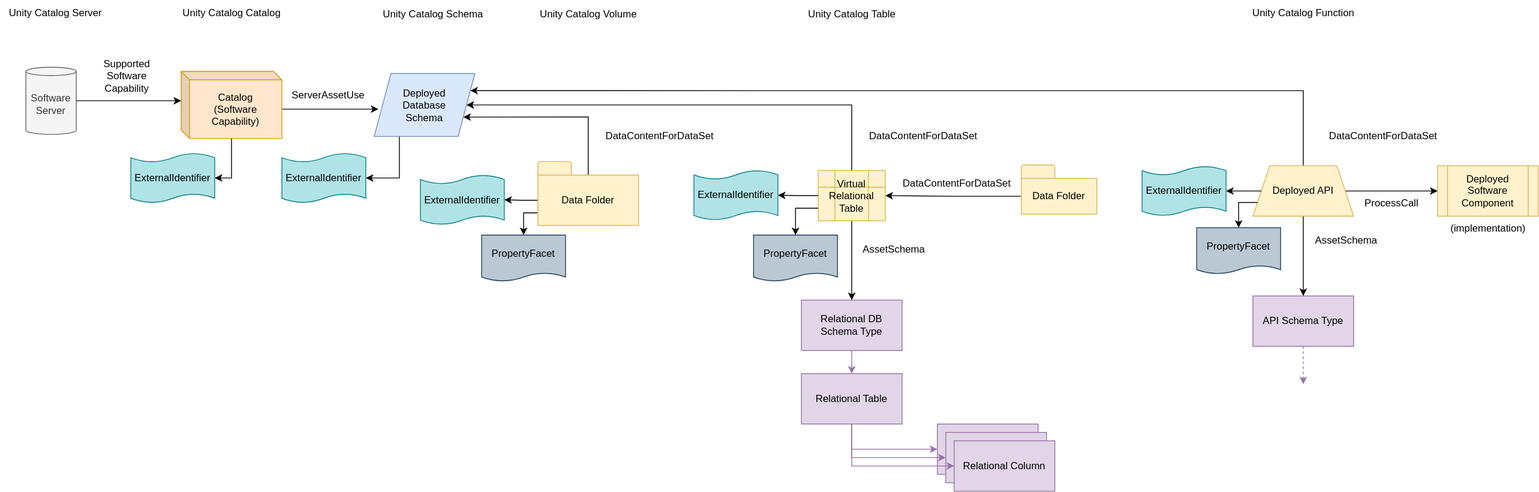
The draw.io diagram site/docs/connectors/unity-catalog/unity-catalog-type-mapping.svg in odpi/egeria-docs, before a commit. Source tidied: cells renumbered, new cells last; positions are measured from the earlier drawing's top-left corner, leaving out a move shared by most shapes.
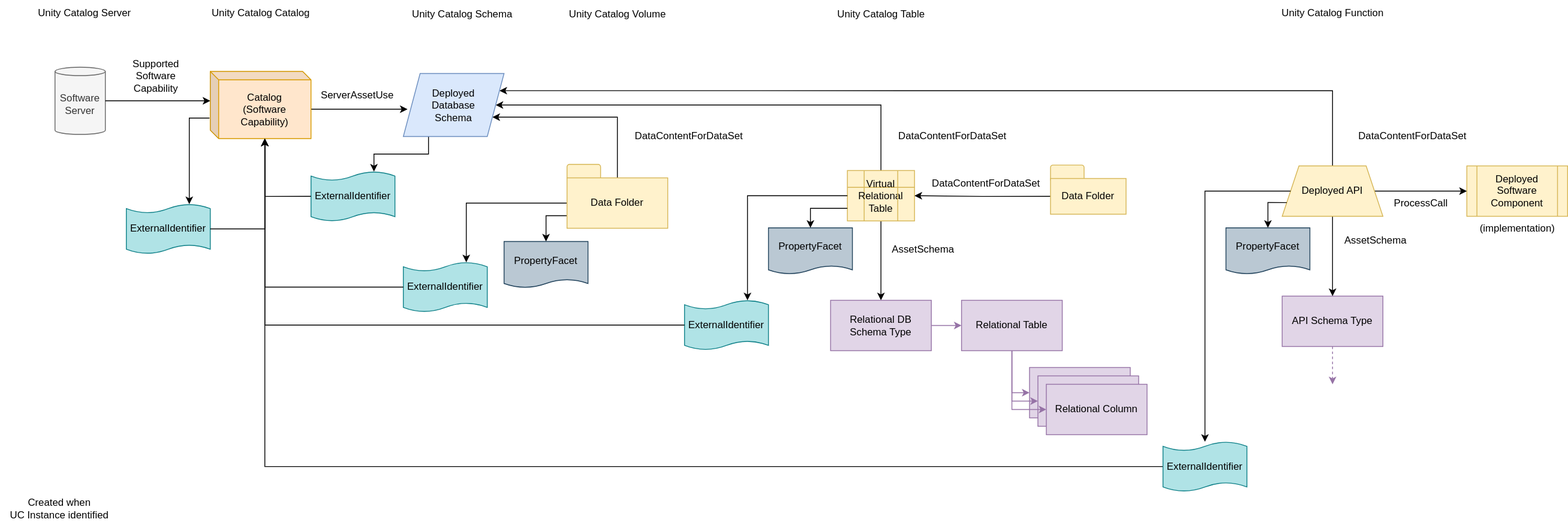
After the commit.

Commit message:
Intitial field mappings for Unity Catalog

What changed in the source:
```diff
@@ -17,7 +17,7 @@
     <mxCell id="6" style="edgeStyle=orthogonalEdgeStyle;rounded=0;jettySize=auto;html=1;exitX=0.5;exitY=1;exitDx=0;exitDy=0;" parent="1" edge="1" source="8" target="22">
       <mxGeometry relative="1" as="geometry" />
     </mxCell>
-    <mxCell id="7" style="edgeStyle=orthogonalEdgeStyle;rounded=0;jettySize=auto;html=1;exitX=0.5;exitY=0;exitDx=0;exitDy=0;entryX=1;entryY=0.5;entryDx=0;entryDy=0;" parent="1" edge="1" source="8" target="62">
+    <mxCell id="7" style="edgeStyle=orthogonalEdgeStyle;rounded=0;jettySize=auto;html=1;exitX=0.5;exitY=0;exitDx=0;exitDy=0;entryX=1;entryY=0.5;entryDx=0;entryDy=0;" parent="1" edge="1" source="8" target="64">
       <mxGeometry relative="1" as="geometry">
         <Array as="points">
           <mxPoint x="1014" y="125" />
@@ -31,15 +31,15 @@
       <mxGeometry x="445" y="2" width="140" height="30" as="geometry" />
     </mxCell>
     <mxCell id="10" style="rounded=1;whiteSpace=wrap;html=1;fillColor=#fff2cc;strokeColor=#d6b656;" parent="1" vertex="1">
-      <mxGeometry x="640" y="192" width="40" height="20" as="geometry" />
+      <mxGeometry x="640" y="195.2" width="40" height="20" as="geometry" />
     </mxCell>
-    <mxCell id="11" style="edgeStyle=orthogonalEdgeStyle;rounded=0;jettySize=auto;html=1;exitX=0;exitY=0.75;exitDx=0;exitDy=0;entryX=0.5;entryY=0;entryDx=0;entryDy=0;" parent="1" edge="1" source="14" target="46">
+    <mxCell id="11" style="edgeStyle=orthogonalEdgeStyle;rounded=0;jettySize=auto;html=1;exitX=0;exitY=0.75;exitDx=0;exitDy=0;entryX=0.5;entryY=0;entryDx=0;entryDy=0;" parent="1" edge="1" source="14" target="47">
       <mxGeometry relative="1" as="geometry" />
     </mxCell>
-    <mxCell id="12" style="edgeStyle=orthogonalEdgeStyle;rounded=0;jettySize=auto;html=1;exitX=0;exitY=0.5;exitDx=0;exitDy=0;" parent="1" edge="1" source="14" target="51">
+    <mxCell id="12" style="edgeStyle=orthogonalEdgeStyle;rounded=0;jettySize=auto;html=1;exitX=0;exitY=0.5;exitDx=0;exitDy=0;entryX=0.75;entryY=0;entryDx=0;entryDy=0;entryPerimeter=0;" parent="1" edge="1" source="14" target="52">
       <mxGeometry relative="1" as="geometry" />
     </mxCell>
-    <mxCell id="13" style="edgeStyle=orthogonalEdgeStyle;rounded=0;jettySize=auto;html=1;exitX=0.5;exitY=0;exitDx=0;exitDy=0;entryX=1;entryY=0.75;entryDx=0;entryDy=0;" parent="1" edge="1" source="14" target="62">
+    <mxCell id="13" style="edgeStyle=orthogonalEdgeStyle;rounded=0;jettySize=auto;html=1;exitX=0.5;exitY=0;exitDx=0;exitDy=0;entryX=1;entryY=0.75;entryDx=0;entryDy=0;" parent="1" edge="1" source="14" target="64">
       <mxGeometry relative="1" as="geometry">
         <Array as="points">
           <mxPoint x="700" y="139" />
@@ -47,7 +47,7 @@
       </mxGeometry>
     </mxCell>
     <mxCell id="14" value="Data Folder" style="rounded=0;whiteSpace=wrap;html=1;fillColor=#fff2cc;strokeColor=#d6b656;" parent="1" vertex="1">
-      <mxGeometry x="640" y="208" width="120" height="60" as="geometry" />
+      <mxGeometry x="640" y="211.2" width="120" height="60" as="geometry" />
     </mxCell>
     <mxCell id="15" style="edgeStyle=orthogonalEdgeStyle;rounded=0;orthogonalLoop=1;jettySize=auto;html=1;exitX=0.75;exitY=0;exitDx=0;exitDy=0;entryX=0.75;entryY=1;entryDx=0;entryDy=0;endArrow=none;endFill=0;fillColor=#fff2cc;strokeColor=#d6b656;" parent="1" edge="1" source="8" target="8">
       <mxGeometry relative="1" as="geometry">
@@ -74,7 +74,7 @@
     <mxCell id="20" value="Unity Catalog&amp;nbsp;Table" style="text;html=1;align=center;verticalAlign=middle;strokeColor=none;fillColor=none;" parent="1" vertex="1">
       <mxGeometry x="949" y="2" width="130" height="30" as="geometry" />
     </mxCell>
-    <mxCell id="21" style="edgeStyle=orthogonalEdgeStyle;rounded=0;jettySize=auto;html=1;exitX=0.5;exitY=1;exitDx=0;exitDy=0;fillColor=#e1d5e7;strokeColor=#9673a6;" parent="1" edge="1" source="22" target="24">
+    <mxCell id="21" style="edgeStyle=orthogonalEdgeStyle;rounded=0;jettySize=auto;html=1;exitX=1;exitY=0.5;exitDx=0;exitDy=0;fillColor=#e1d5e7;strokeColor=#9673a6;entryX=0;entryY=0.5;entryDx=0;entryDy=0;" parent="1" edge="1" source="22" target="24">
       <mxGeometry relative="1" as="geometry" />
     </mxCell>
     <mxCell id="22" value="Relational DB Schema Type" style="rounded=0;whiteSpace=wrap;html=1;fillColor=#e1d5e7;strokeColor=#9673a6;" parent="1" vertex="1">
@@ -84,22 +84,22 @@
       <mxGeometry relative="1" as="geometry" />
     </mxCell>
     <mxCell id="24" value="Relational Table" style="rounded=0;whiteSpace=wrap;html=1;fillColor=#e1d5e7;strokeColor=#9673a6;" parent="1" vertex="1">
-      <mxGeometry x="954" y="444.5" width="120" height="60" as="geometry" />
+      <mxGeometry x="1110" y="357" width="120" height="60" as="geometry" />
     </mxCell>
     <mxCell id="25" value="Relational Column" style="rounded=0;whiteSpace=wrap;html=1;fillColor=#e1d5e7;strokeColor=#9673a6;" parent="1" vertex="1">
-      <mxGeometry x="1116" y="504.5" width="120" height="60" as="geometry" />
+      <mxGeometry x="1191" y="437" width="120" height="60" as="geometry" />
     </mxCell>
     <mxCell id="26" style="edgeStyle=orthogonalEdgeStyle;rounded=0;jettySize=auto;html=1;exitX=0.5;exitY=1;exitDx=0;exitDy=0;entryX=0;entryY=0.5;entryDx=0;entryDy=0;fillColor=#e1d5e7;strokeColor=#9673a6;" parent="1" edge="1" source="24" target="27">
       <mxGeometry relative="1" as="geometry" />
     </mxCell>
     <mxCell id="27" value="Relational Column" style="rounded=0;whiteSpace=wrap;html=1;fillColor=#e1d5e7;strokeColor=#9673a6;" parent="1" vertex="1">
-      <mxGeometry x="1126" y="514.5" width="120" height="60" as="geometry" />
+      <mxGeometry x="1201" y="447" width="120" height="60" as="geometry" />
     </mxCell>
     <mxCell id="28" style="edgeStyle=orthogonalEdgeStyle;rounded=0;jettySize=auto;html=1;exitX=0.5;exitY=1;exitDx=0;exitDy=0;entryX=0;entryY=0.5;entryDx=0;entryDy=0;fillColor=#e1d5e7;strokeColor=#9673a6;" parent="1" edge="1" source="24" target="29">
       <mxGeometry relative="1" as="geometry" />
     </mxCell>
     <mxCell id="29" value="Relational Column" style="rounded=0;whiteSpace=wrap;html=1;fillColor=#e1d5e7;strokeColor=#9673a6;" parent="1" vertex="1">
-      <mxGeometry x="1136" y="524.5" width="120" height="60" as="geometry" />
+      <mxGeometry x="1211" y="457" width="120" height="60" as="geometry" />
     </mxCell>
     <mxCell id="30" value="Unity Catalog&amp;nbsp;Function" style="text;html=1;align=center;verticalAlign=middle;strokeColor=none;fillColor=none;" parent="1" vertex="1">
       <mxGeometry x="1482" y="-0.5" width="140" height="30" as="geometry" />
@@ -124,7 +124,7 @@
     <mxCell id="36" style="edgeStyle=orthogonalEdgeStyle;rounded=0;jettySize=auto;html=1;exitX=1;exitY=0.5;exitDx=0;exitDy=0;entryX=0;entryY=0.5;entryDx=0;entryDy=0;" parent="1" edge="1" source="38" target="5">
       <mxGeometry relative="1" as="geometry" />
     </mxCell>
-    <mxCell id="37" style="edgeStyle=orthogonalEdgeStyle;rounded=0;jettySize=auto;html=1;exitX=0.5;exitY=0;exitDx=0;exitDy=0;entryX=1;entryY=0.25;entryDx=0;entryDy=0;" parent="1" edge="1" source="38" target="62">
+    <mxCell id="37" style="edgeStyle=orthogonalEdgeStyle;rounded=0;jettySize=auto;html=1;exitX=0.5;exitY=0;exitDx=0;exitDy=0;entryX=1;entryY=0.25;entryDx=0;entryDy=0;" parent="1" edge="1" source="38" target="64">
       <mxGeometry relative="1" as="geometry">
         <Array as="points">
           <mxPoint x="1552" y="107" />
@@ -140,81 +140,99 @@
     <mxCell id="40" value="(implementation)" style="text;html=1;align=center;verticalAlign=middle;strokeColor=none;fillColor=none;" parent="1" vertex="1">
       <mxGeometry x="1717" y="257" width="110" height="30" as="geometry" />
     </mxCell>
-    <mxCell id="41" value="AssetSchema" style="text;html=1;align=center;verticalAlign=middle;strokeColor=none;fillColor=none;" parent="1" vertex="1">
-      <mxGeometry x="1553" y="270.8" width="100" height="30" as="geometry" />
+    <mxCell id="41" value="Created when&lt;div&gt;UC Instance identified&lt;/div&gt;" style="text;html=1;align=center;verticalAlign=middle;strokeColor=none;fillColor=none;" parent="1" vertex="1">
+      <mxGeometry x="-35" y="584.5" width="140" height="40" as="geometry" />
     </mxCell>
-    <mxCell id="42" value="ServerAssetUse" style="text;html=1;align=center;verticalAlign=middle;strokeColor=none;fillColor=none;" parent="1" vertex="1">
-      <mxGeometry x="335" y="97.5" width="110" height="30" as="geometry" />
+    <mxCell id="42" value="AssetSchema" style="text;html=1;align=center;verticalAlign=middle;strokeColor=none;fillColor=none;" parent="1" vertex="1">
+      <mxGeometry x="1553" y="270.8" width="100" height="30" as="geometry" />
     </mxCell>
-    <mxCell id="43" value="Supported&lt;div&gt;Software&lt;/div&gt;&lt;div&gt;Capability&lt;/div&gt;" style="text;html=1;align=center;verticalAlign=middle;strokeColor=none;fillColor=none;" parent="1" vertex="1">
-      <mxGeometry x="110" y="59.5" width="80" height="60" as="geometry" />
+    <mxCell id="43" value="ServerAssetUse" style="text;html=1;align=center;verticalAlign=middle;strokeColor=none;fillColor=none;" parent="1" vertex="1">
+      <mxGeometry x="335" y="97.5" width="110" height="30" as="geometry" />
     </mxCell>
-    <mxCell id="44" value="DataContentForDataSet" style="text;html=1;align=center;verticalAlign=middle;strokeColor=none;fillColor=none;" parent="1" vertex="1">
-      <mxGeometry x="1024" y="147" width="150" height="30" as="geometry" />
+    <mxCell id="44" value="Supported&lt;div&gt;Software&lt;/div&gt;&lt;div&gt;Capability&lt;/div&gt;" style="text;html=1;align=center;verticalAlign=middle;strokeColor=none;fillColor=none;" parent="1" vertex="1">
+      <mxGeometry x="110" y="59.5" width="80" height="60" as="geometry" />
     </mxCell>
     <mxCell id="45" value="DataContentForDataSet" style="text;html=1;align=center;verticalAlign=middle;strokeColor=none;fillColor=none;" parent="1" vertex="1">
-      <mxGeometry x="1572" y="147" width="150" height="30" as="geometry" />
+      <mxGeometry x="1024" y="147" width="150" height="30" as="geometry" />
     </mxCell>
-    <mxCell id="46" value="PropertyFacet" style="shape=document;whiteSpace=wrap;html=1;boundedLbl=1;fillColor=#bac8d3;strokeColor=#23445d;size=0.18181818181818182;" parent="1" vertex="1">
-      <mxGeometry x="573" y="279.5" width="100" height="55" as="geometry" />
+    <mxCell id="46" value="DataContentForDataSet" style="text;html=1;align=center;verticalAlign=middle;points=[];strokeColor=none;fillColor=none;" parent="1" vertex="1">
+      <mxGeometry x="1572" y="147" width="150" height="30" as="geometry" />
     </mxCell>
-    <mxCell id="47" style="edgeStyle=orthogonalEdgeStyle;rounded=0;jettySize=auto;html=1;exitX=0;exitY=0.75;exitDx=0;exitDy=0;entryX=0.5;entryY=0;entryDx=0;entryDy=0;" parent="1" edge="1" source="8" target="48">
-      <mxGeometry relative="1" as="geometry" />
+    <mxCell id="47" value="PropertyFacet" style="shape=document;whiteSpace=wrap;html=1;boundedLbl=1;fillColor=#bac8d3;strokeColor=#23445d;size=0.18181818181818182;" parent="1" vertex="1">
+      <mxGeometry x="565" y="287" width="100" height="55" as="geometry" />
     </mxCell>
-    <mxCell id="48" value="PropertyFacet" style="shape=document;whiteSpace=wrap;html=1;boundedLbl=1;fillColor=#bac8d3;strokeColor=#23445d;size=0.18181818181818182;" parent="1" vertex="1">
-      <mxGeometry x="897" y="279.5" width="100" height="55" as="geometry" />
+    <mxCell id="48" style="edgeStyle=orthogonalEdgeStyle;rounded=0;jettySize=auto;html=1;exitX=0;exitY=0.75;exitDx=0;exitDy=0;entryX=0.5;entryY=0;entryDx=0;entryDy=0;" parent="1" edge="1" source="8" target="49">
+      <mxGeometry relative="1" as="geometry" />
     </mxCell>
-    <mxCell id="49" style="edgeStyle=orthogonalEdgeStyle;rounded=0;jettySize=auto;html=1;exitX=0;exitY=0.75;exitDx=0;exitDy=0;entryX=0.5;entryY=0;entryDx=0;entryDy=0;" parent="1" edge="1" source="38" target="50">
-      <mxGeometry relative="1" as="geometry">
-        <Array as="points">
-          <mxPoint x="1475" y="241" />
-        </Array>
-      </mxGeometry>
+    <mxCell id="49" value="PropertyFacet" style="shape=document;whiteSpace=wrap;html=1;boundedLbl=1;fillColor=#bac8d3;strokeColor=#23445d;size=0.18181818181818182;" parent="1" vertex="1">
+      <mxGeometry x="880" y="270.8" width="100" height="55" as="geometry" />
     </mxCell>
-    <mxCell id="50" value="PropertyFacet" style="shape=document;whiteSpace=wrap;html=1;boundedLbl=1;fillColor=#bac8d3;strokeColor=#23445d;size=0.18181818181818182;" parent="1" vertex="1">
-      <mxGeometry x="1425" y="270.8" width="100" height="55" as="geometry" />
+    <mxCell id="50" style="edgeStyle=orthogonalEdgeStyle;rounded=0;jettySize=auto;html=1;exitX=0;exitY=0.75;exitDx=0;exitDy=0;entryX=0.5;entryY=0;entryDx=0;entryDy=0;" parent="1" edge="1" source="38" target="51">
+      <mxGeometry relative="1" as="geometry">
+        <Array as="points">
+          <mxPoint x="1475" y="241" />
+        </Array>
+      </mxGeometry>
     </mxCell>
-    <mxCell id="51" value="ExternalIdentifier" style="shape=tape;whiteSpace=wrap;html=1;size=0.18;fillColor=#b0e3e6;strokeColor=#0e8088;" parent="1" vertex="1">
-      <mxGeometry x="500" y="208" width="100" height="59" as="geometry" />
+    <mxCell id="51" value="PropertyFacet" style="shape=document;whiteSpace=wrap;html=1;boundedLbl=1;fillColor=#bac8d3;strokeColor=#23445d;size=0.18181818181818182;" parent="1" vertex="1">
+      <mxGeometry x="1425" y="270.8" width="100" height="55" as="geometry" />
     </mxCell>
-    <mxCell id="52" style="edgeStyle=orthogonalEdgeStyle;rounded=0;jettySize=auto;html=1;exitX=0;exitY=0.5;exitDx=0;exitDy=0;" parent="1" edge="1" source="8" target="53">
-      <mxGeometry relative="1" as="geometry" />
+    <mxCell id="52" value="ExternalIdentifier" style="shape=tape;whiteSpace=wrap;html=1;size=0.18;fillColor=#b0e3e6;strokeColor=#0e8088;" parent="1" vertex="1">
+      <mxGeometry x="445" y="311.8" width="100" height="59" as="geometry" />
     </mxCell>
-    <mxCell id="53" value="ExternalIdentifier" style="shape=tape;whiteSpace=wrap;html=1;size=0.18;fillColor=#b0e3e6;strokeColor=#0e8088;" parent="1" vertex="1">
-      <mxGeometry x="826" y="202.5" width="100" height="59" as="geometry" />
+    <mxCell id="53" style="edgeStyle=orthogonalEdgeStyle;rounded=0;jettySize=auto;html=1;exitX=0;exitY=0.5;exitDx=0;exitDy=0;entryX=0.75;entryY=0;entryDx=0;entryDy=0;entryPerimeter=0;" parent="1" edge="1" source="8" target="54">
+      <mxGeometry relative="1" as="geometry" />
     </mxCell>
-    <mxCell id="54" style="edgeStyle=orthogonalEdgeStyle;rounded=0;jettySize=auto;html=1;exitX=0;exitY=0.5;exitDx=0;exitDy=0;" parent="1" edge="1" source="38" target="55">
-      <mxGeometry relative="1" as="geometry" />
+    <mxCell id="54" value="ExternalIdentifier" style="shape=tape;whiteSpace=wrap;html=1;size=0.18;fillColor=#b0e3e6;strokeColor=#0e8088;" parent="1" vertex="1">
+      <mxGeometry x="780" y="357" width="100" height="59" as="geometry" />
     </mxCell>
-    <mxCell id="55" value="ExternalIdentifier" style="shape=tape;whiteSpace=wrap;html=1;size=0.18;fillColor=#b0e3e6;strokeColor=#0e8088;" parent="1" vertex="1">
-      <mxGeometry x="1360" y="197.5" width="100" height="59" as="geometry" />
+    <mxCell id="55" style="edgeStyle=orthogonalEdgeStyle;rounded=0;jettySize=auto;html=1;exitX=0;exitY=0.5;exitDx=0;exitDy=0;" parent="1" edge="1" source="38" target="57">
+      <mxGeometry relative="1" as="geometry" />
     </mxCell>
-    <mxCell id="56" style="edgeStyle=orthogonalEdgeStyle;rounded=0;jettySize=auto;html=1;exitX=0.25;exitY=1;exitDx=0;exitDy=0;entryX=1;entryY=0.5;entryDx=0;entryDy=0;entryPerimeter=0;" parent="1" edge="1" source="62" target="57">
+    <mxCell id="56" style="edgeStyle=orthogonalEdgeStyle;rounded=0;jettySize=auto;html=1;exitX=0;exitY=0.5;exitDx=0;exitDy=0;exitPerimeter=0;entryX=0;entryY=0;entryDx=65;entryDy=80;entryPerimeter=0;" parent="1" edge="1" source="57" target="17">
       <mxGeometry relative="1" as="geometry" />
     </mxCell>
     <mxCell id="57" value="ExternalIdentifier" style="shape=tape;whiteSpace=wrap;html=1;size=0.18;fillColor=#b0e3e6;strokeColor=#0e8088;" parent="1" vertex="1">
-      <mxGeometry x="335" y="182" width="100" height="59" as="geometry" />
+      <mxGeometry x="1350" y="525.5" width="100" height="59" as="geometry" />
     </mxCell>
-    <mxCell id="58" style="edgeStyle=orthogonalEdgeStyle;rounded=0;jettySize=auto;html=1;entryX=1;entryY=0.5;entryDx=0;entryDy=0;entryPerimeter=0;" parent="1" edge="1" source="17" target="59">
+    <mxCell id="58" style="edgeStyle=orthogonalEdgeStyle;rounded=0;jettySize=auto;html=1;exitX=0.25;exitY=1;exitDx=0;exitDy=0;entryX=0.75;entryY=0;entryDx=0;entryDy=0;entryPerimeter=0;" parent="1" edge="1" source="64" target="59">
       <mxGeometry relative="1" as="geometry" />
     </mxCell>
     <mxCell id="59" value="ExternalIdentifier" style="shape=tape;whiteSpace=wrap;html=1;size=0.18;fillColor=#b0e3e6;strokeColor=#0e8088;" parent="1" vertex="1">
-      <mxGeometry x="155" y="182" width="100" height="59" as="geometry" />
+      <mxGeometry x="335" y="203.8" width="100" height="59" as="geometry" />
     </mxCell>
-    <mxCell id="60" style="edgeStyle=orthogonalEdgeStyle;rounded=0;jettySize=auto;html=1;exitX=0;exitY=0.5;exitDx=0;exitDy=0;" parent="1" edge="1" source="64" target="8">
+    <mxCell id="60" style="edgeStyle=orthogonalEdgeStyle;rounded=0;jettySize=auto;html=1;entryX=0.75;entryY=0;entryDx=0;entryDy=0;entryPerimeter=0;exitX=-0.008;exitY=0.694;exitDx=0;exitDy=0;exitPerimeter=0;" parent="1" edge="1" source="17" target="61">
       <mxGeometry relative="1" as="geometry" />
     </mxCell>
-    <mxCell id="61" value="DataContentForDataSet" style="text;html=1;align=center;verticalAlign=middle;points=[];strokeColor=none;fillColor=none;" parent="1" vertex="1">
-      <mxGeometry x="1064" y="202.5" width="150" height="30" as="geometry" />
+    <mxCell id="61" value="ExternalIdentifier" style="shape=tape;whiteSpace=wrap;html=1;size=0.18;fillColor=#b0e3e6;strokeColor=#0e8088;" parent="1" vertex="1">
+      <mxGeometry x="115" y="242.5" width="100" height="59" as="geometry" />
     </mxCell>
-    <mxCell id="62" value="Deployed&lt;div&gt;Database&lt;div&gt;Schema&lt;/div&gt;&lt;/div&gt;" style="shape=parallelogram;perimeter=parallelogramPerimeter;whiteSpace=wrap;html=1;fixedSize=1;fillColor=#dae8fc;strokeColor=#6c8ebf;" parent="1" vertex="1">
-      <mxGeometry x="445" y="87" width="120" height="75" as="geometry" />
+    <mxCell id="62" style="edgeStyle=orthogonalEdgeStyle;rounded=0;jettySize=auto;html=1;exitX=0;exitY=0.5;exitDx=0;exitDy=0;" parent="1" edge="1" source="66" target="8">
+      <mxGeometry relative="1" as="geometry" />
     </mxCell>
-    <mxCell id="63" style="rounded=1;whiteSpace=wrap;html=1;fillColor=#fff2cc;strokeColor=#d6b656;" parent="1" vertex="1">
-      <mxGeometry x="1216" y="196" width="40" height="20" as="geometry" />
+    <mxCell id="63" value="DataContentForDataSet" style="text;html=1;align=center;verticalAlign=middle;strokeColor=none;fillColor=none;" parent="1" vertex="1">
+      <mxGeometry x="1064" y="202.5" width="150" height="30" as="geometry" />
     </mxCell>
-    <mxCell id="64" value="Data Folder" style="rounded=0;whiteSpace=wrap;html=1;fillColor=#fff2cc;strokeColor=#d6b656;" parent="1" vertex="1">
-      <mxGeometry x="1216" y="212" width="90" height="42.5" as="geometry" />
+    <mxCell id="64" value="Deployed&lt;div&gt;Database&lt;div&gt;Schema&lt;/div&gt;&lt;/div&gt;" style="shape=parallelogram;perimeter=parallelogramPerimeter;whiteSpace=wrap;html=1;fixedSize=1;fillColor=#dae8fc;strokeColor=#6c8ebf;" parent="1" vertex="1">
+      <mxGeometry x="445" y="87" width="120" height="75" as="geometry" />
     </mxCell>
+    <mxCell id="65" style="rounded=1;whiteSpace=wrap;html=1;fillColor=#fff2cc;strokeColor=#d6b656;" parent="1" vertex="1">
+      <mxGeometry x="1216" y="196" width="40" height="20" as="geometry" />
+    </mxCell>
+    <mxCell id="66" value="Data Folder" style="rounded=0;whiteSpace=wrap;html=1;fillColor=#fff2cc;strokeColor=#d6b656;" parent="1" vertex="1">
+      <mxGeometry x="1216" y="212" width="90" height="42.5" as="geometry" />
+    </mxCell>
+    <mxCell id="67" style="edgeStyle=orthogonalEdgeStyle;rounded=0;jettySize=auto;html=1;exitX=0;exitY=0.5;exitDx=0;exitDy=0;exitPerimeter=0;entryX=0;entryY=0;entryDx=65;entryDy=80;entryPerimeter=0;" parent="1" edge="1" source="52" target="17">
+      <mxGeometry relative="1" as="geometry" />
+    </mxCell>
+    <mxCell id="68" style="edgeStyle=orthogonalEdgeStyle;rounded=0;jettySize=auto;html=1;exitX=0;exitY=0.5;exitDx=0;exitDy=0;exitPerimeter=0;entryX=0;entryY=0;entryDx=65;entryDy=80;entryPerimeter=0;" parent="1" edge="1" source="59" target="17">
+      <mxGeometry relative="1" as="geometry" />
+    </mxCell>
+    <mxCell id="69" style="edgeStyle=orthogonalEdgeStyle;rounded=0;jettySize=auto;html=1;exitX=0;exitY=0.5;exitDx=0;exitDy=0;exitPerimeter=0;entryX=0;entryY=0;entryDx=65;entryDy=80;entryPerimeter=0;" parent="1" edge="1" source="54" target="17">
+      <mxGeometry relative="1" as="geometry" />
+    </mxCell>
+    <mxCell id="70" style="edgeStyle=orthogonalEdgeStyle;rounded=0;jettySize=auto;html=1;exitX=1;exitY=0.5;exitDx=0;exitDy=0;exitPerimeter=0;entryX=0;entryY=0;entryDx=65;entryDy=80;entryPerimeter=0;" parent="1" edge="1" source="61" target="17">
+      <mxGeometry relative="1" as="geometry" />
+    </mxCell>
   </root>
 </mxGraphModel>
```
